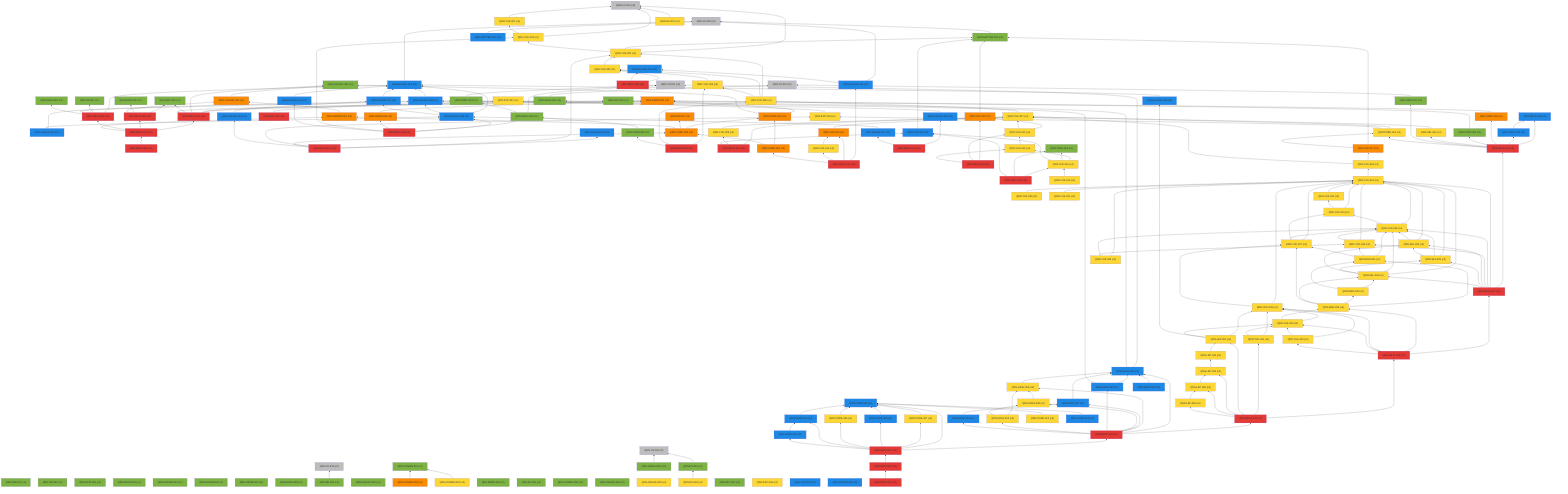
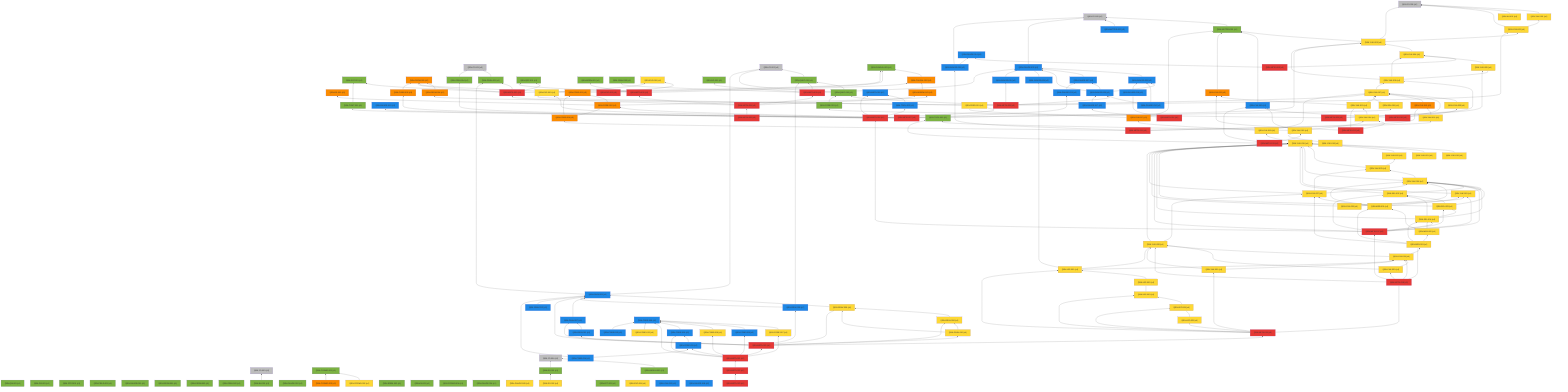
%% 自動生成 (dag/report.pl) — QRN 主張依存グラフ
graph BT
  QRN_C0_001["QRN-C0-001 (c0)"]:::c0
  QRN_C0_002["QRN-C0-002 (c0)"]:::c0
  QRN_C0_003["QRN-C0-003 (c0)"]:::c0
  QRN_C0_004["QRN-C0-004 (c0)"]:::c0
  QRN_C0_005["QRN-C0-005 (c0)"]:::c0
  QRN_C0_006["QRN-C0-006 (c0)"]:::c0
  QRN_QM_001["QRN-QM-001 (c1)"]:::c1
  QRN_GR_001["QRN-GR-001 (c1)"]:::c1
  QRN_STAT_001["QRN-STAT-001 (c1)"]:::c1
  QRN_FIELD_001["QRN-FIELD-001 (c1)"]:::c1
  QRN_GAUGE_001["QRN-GAUGE-001 (c1)"]:::c1
  QRN_ENT_001["QRN-ENT-001 (c1)"]:::c1
  QRN_GEOM_001["QRN-GEOM-001 (c1)"]:::c1
  QRN_GEOM_002["QRN-GEOM-002 (c1)"]:::c1
  QRN_GEOM_003["QRN-GEOM-003 (c3)"]:::c3
  QRN_GRAV_001["QRN-GRAV-001 (c1)"]:::c1
  QRN_GRAV_002["QRN-GRAV-002 (c1)"]:::c1
  QRN_BH_001["QRN-BH-001 (c1)"]:::c1
  QRN_CAUSAL_001["QRN-CAUSAL-001 (c1)"]:::c1
  QRN_CAUSAL_002["QRN-CAUSAL-002 (c3)"]:::c3
  QRN_ER_001["QRN-ER-001 (c3)"]:::c3
  QRN_QEC_001["QRN-QEC-001 (c1)"]:::c1
  QRN_GAUGE_002["QRN-GAUGE-002 (c1)"]:::c1
  QRN_COSMO_001["QRN-COSMO-001 (c1)"]:::c1
  QRN_COSMO_002["QRN-COSMO-002 (c4)"]:::c4
  QRN_COSMO_003["QRN-COSMO-003 (c3)"]:::c3
  QRN_BORN_001["QRN-BORN-001 (c1)"]:::c1
  QRN_BORN_002["QRN-BORN-002 (c1)"]:::c1
  QRN_GRAV_003["QRN-GRAV-003 (c1)"]:::c1
  QRN_KK_001["QRN-KK-001 (c1)"]:::c1
  QRN_MATTER_001["QRN-MATTER-001 (c1)"]:::c1
  QRN_MATTER_002["QRN-MATTER-002 (c2)"]:::c2
  QRN_COSMO_004["QRN-COSMO-004 (c1)"]:::c1
  QRN_EXP_001["QRN-EXP-001 (c4)"]:::c4
  QRN_GAUGE_003["QRN-GAUGE-003 (c2)"]:::c2
  QRN_GAUGE_004["QRN-GAUGE-004 (c1)"]:::c1
  QRN_GAUGE_005["QRN-GAUGE-005 (c4)"]:::c4
  QRN_YUK_001["QRN-YUK-001 (c4)"]:::c4
  QRN_RG_001["QRN-RG-001 (c1)"]:::c1
  QRN_UNRUH_001["QRN-UNRUH-001 (c1)"]:::c1
  QRN_QNEC_001["QRN-QNEC-001 (c1)"]:::c1
  QRN_NU_001["QRN-NU-001 (c4)"]:::c4
  QRN_GAUGE_006["QRN-GAUGE-006 (c2)"]:::c2
  QRN_DS_001["QRN-DS-001 (c1)"]:::c1
  QRN_DS_002["QRN-DS-002 (c4)"]:::c4
  QRN_ARROW_001["QRN-ARROW-001 (c3)"]:::c3
  QRN_GAUGE_007["QRN-GAUGE-007 (c2)"]:::c2
  QRN_EFT_001["QRN-EFT-001 (c1)"]:::c1
  QRN_GAUGE_008["QRN-GAUGE-008 (c2)"]:::c2
  QRN_GAUGE_009["QRN-GAUGE-009 (c2)"]:::c2
  QRN_GAUGE_010["QRN-GAUGE-010 (c2)"]:::c2
  QRN_QNEC_002["QRN-QNEC-002 (c1)"]:::c1
  QRN_GEOM_004["QRN-GEOM-004 (c3)"]:::c3
  QRN_YUK_002["QRN-YUK-002 (c4)"]:::c4
  QRN_EXP_002["QRN-EXP-002 (c5)"]:::c5
  QRN_CORE_001["QRN-CORE-001 (c3)"]:::c3
  QRN_GAUGE_011["QRN-GAUGE-011 (c2)"]:::c2
  QRN_GAUGE_012["QRN-GAUGE-012 (c2)"]:::c2
  QRN_YUK_003["QRN-YUK-003 (c4)"]:::c4
  QRN_EXP_003["QRN-EXP-003 (c4)"]:::c4
  QRN_CORE_002["QRN-CORE-002 (c3)"]:::c3
  QRN_GAUGE_013["QRN-GAUGE-013 (c2)"]:::c2
  QRN_YUK_004["QRN-YUK-004 (c4)"]:::c4
  QRN_GAUGE_014["QRN-GAUGE-014 (c2)"]:::c2
  QRN_META_001["QRN-META-001 (c5)"]:::c5
  QRN_META_002["QRN-META-002 (c5)"]:::c5
  QRN_META_003["QRN-META-003 (c5)"]:::c5
  QRN_META_004["QRN-META-004 (c5)"]:::c5
  QRN_META_005["QRN-META-005 (c5)"]:::c5
  QRN_META_006["QRN-META-006 (c5)"]:::c5
  QRN_META_007["QRN-META-007 (c5)"]:::c5
  QRN_META_008["QRN-META-008 (c5)"]:::c5
  QRN_YUK_005["QRN-YUK-005 (c4)"]:::c4
  QRN_YUK_006["QRN-YUK-006 (c4)"]:::c4
  QRN_CORE_003["QRN-CORE-003 (c1)"]:::c1
  QRN_META_009["QRN-META-009 (c5)"]:::c5
  QRN_YUK_007["QRN-YUK-007 (c4)"]:::c4
  QRN_YUK_008["QRN-YUK-008 (c4)"]:::c4
  QRN_YUK_009["QRN-YUK-009 (c2)"]:::c2
  QRN_META_010["QRN-META-010 (c5)"]:::c5
  QRN_GAUGE_015["QRN-GAUGE-015 (c2)"]:::c2
  QRN_YUK_010["QRN-YUK-010 (c3)"]:::c3
  QRN_YUK_011["QRN-YUK-011 (c4)"]:::c4
  QRN_CORE_004["QRN-CORE-004 (c3)"]:::c3
  QRN_META_011["QRN-META-011 (c5)"]:::c5
  QRN_YUK_012["QRN-YUK-012 (c3)"]:::c3
  QRN_YUK_013["QRN-YUK-013 (c4)"]:::c4
  QRN_YUK_014["QRN-YUK-014 (c4)"]:::c4
  QRN_META_012["QRN-META-012 (c5)"]:::c5
  QRN_TOOL_001["QRN-TOOL-001 (c1)"]:::c1
  QRN_YUK_015["QRN-YUK-015 (c4)"]:::c4
  QRN_META_013["QRN-META-013 (c5)"]:::c5
  QRN_GAUGE_016["QRN-GAUGE-016 (c2)"]:::c2
  QRN_GAUGE_017["QRN-GAUGE-017 (c2)"]:::c2
  QRN_META_014["QRN-META-014 (c5)"]:::c5
  QRN_META_015["QRN-META-015 (c2)"]:::c2
  QRN_TOOL_002["QRN-TOOL-002 (c2)"]:::c2
  QRN_CORE_005["QRN-CORE-005 (c3)"]:::c3
  QRN_CONT_001["QRN-CONT-001 (c1)"]:::c1
  QRN_SEL_001["QRN-SEL-001 (c4)"]:::c4
  QRN_GRAV_004["QRN-GRAV-004 (c1)"]:::c1
  QRN_PRED_001["QRN-PRED-001 (c4)"]:::c4
  QRN_META_016["QRN-META-016 (c5)"]:::c5
  QRN_YUK_016["QRN-YUK-016 (c4)"]:::c4
  QRN_YUK_017["QRN-YUK-017 (c3)"]:::c3
  QRN_YUK_018["QRN-YUK-018 (c4)"]:::c4
  QRN_YUK_019["QRN-YUK-019 (c4)"]:::c4
  QRN_YUK_020["QRN-YUK-020 (c4)"]:::c4
  QRN_YUK_021["QRN-YUK-021 (c4)"]:::c4
  QRN_YUK_022["QRN-YUK-022 (c4)"]:::c4
  QRN_YUK_023["QRN-YUK-023 (c4)"]:::c4
  QRN_YUK_024["QRN-YUK-024 (c4)"]:::c4
  QRN_YUK_025["QRN-YUK-025 (c4)"]:::c4
  QRN_SEL_002["QRN-SEL-002 (c4)"]:::c4
  QRN_SEL_003["QRN-SEL-003 (c4)"]:::c4
  QRN_SEL_004["QRN-SEL-004 (c4)"]:::c4
  QRN_META_017["QRN-META-017 (c5)"]:::c5
  QRN_YUK_026["QRN-YUK-026 (c4)"]:::c4
  QRN_YUK_027["QRN-YUK-027 (c4)"]:::c4
  QRN_MSR_001["QRN-MSR-001 (c4)"]:::c4
  QRN_MSR_002["QRN-MSR-002 (c4)"]:::c4
  QRN_MSR_003["QRN-MSR-003 (c4)"]:::c4
  QRN_YUK_028["QRN-YUK-028 (c4)"]:::c4
  QRN_YUK_029["QRN-YUK-029 (c4)"]:::c4
  QRN_YUK_030["QRN-YUK-030 (c4)"]:::c4
  QRN_META_018["QRN-META-018 (c5)"]:::c5
  QRN_YUK_031["QRN-YUK-031 (c4)"]:::c4
  QRN_LEP_001["QRN-LEP-001 (c4)"]:::c4
  QRN_LEP_002["QRN-LEP-002 (c4)"]:::c4
  QRN_LEP_003["QRN-LEP-003 (c4)"]:::c4
  QRN_LEP_004["QRN-LEP-004 (c4)"]:::c4
  QRN_LEP_005["QRN-LEP-005 (c4)"]:::c4
  QRN_META_019["QRN-META-019 (c5)"]:::c5
  QRN_GRAV_005["QRN-GRAV-005 (c2)"]:::c2
  QRN_GRAV_006["QRN-GRAV-006 (c4)"]:::c4
  QRN_GRAV_007["QRN-GRAV-007 (c2)"]:::c2
  QRN_GRAV_008["QRN-GRAV-008 (c4)"]:::c4
  QRN_GRAV_009["QRN-GRAV-009 (c2)"]:::c2
  QRN_GRAV_010["QRN-GRAV-010 (c4)"]:::c4
  QRN_GRAV_011["QRN-GRAV-011 (c2)"]:::c2
  QRN_META_020["QRN-META-020 (c5)"]:::c5
  QRN_CORE_006["QRN-CORE-006 (c2)"]:::c2
  QRN_CORE_007["QRN-CORE-007 (c4)"]:::c4
  QRN_CORE_008["QRN-CORE-008 (c2)"]:::c2
  QRN_CORE_009["QRN-CORE-009 (c4)"]:::c4
  QRN_CORE_010["QRN-CORE-010 (c2)"]:::c2
  QRN_CORE_011["QRN-CORE-011 (c2)"]:::c2
  QRN_META_021["QRN-META-021 (c5)"]:::c5
  QRN_CORE_012["QRN-CORE-012 (c4)"]:::c4
  QRN_EXP_004["QRN-EXP-004 (c4)"]:::c4
  QRN_CORE_013["QRN-CORE-013 (c2)"]:::c2
  QRN_GRAV_012["QRN-GRAV-012 (c2)"]:::c2
  QRN_YUK_032["QRN-YUK-032 (c2)"]:::c2
  QRN_GAUGE_018["QRN-GAUGE-018 (c2)"]:::c2
  QRN_META_022["QRN-META-022 (c5)"]:::c5
  QRN_META_023["QRN-META-023 (c5)"]:::c5
+   QRN_CORE_014["QRN-CORE-014 (c2)"]:::c2
  QRN_GRAV_001 --> QRN_C0_001
  QRN_BH_001 --> QRN_C0_003
  QRN_CAUSAL_002 --> QRN_CAUSAL_001
  QRN_COSMO_002 --> QRN_COSMO_001
  QRN_COSMO_003 --> QRN_COSMO_001
  QRN_MATTER_001 --> QRN_C0_005
  QRN_MATTER_002 --> QRN_C0_005
  QRN_GAUGE_003 --> QRN_C0_005
  QRN_YUK_001 --> QRN_C0_006
  QRN_UNRUH_001 --> QRN_C0_004
  QRN_QNEC_001 --> QRN_C0_002
  QRN_NU_001 --> QRN_C0_006
  QRN_GAUGE_006 --> QRN_GAUGE_003
  QRN_DS_001 --> QRN_C0_004
  QRN_DS_002 --> QRN_DS_001
  QRN_ARROW_001 --> QRN_CAUSAL_002
  QRN_GAUGE_007 --> QRN_GAUGE_003
  QRN_GAUGE_008 --> QRN_GAUGE_003
  QRN_GAUGE_008 --> QRN_GAUGE_006
  QRN_GAUGE_008 --> QRN_GAUGE_007
  QRN_GAUGE_009 --> QRN_GAUGE_003
  QRN_GAUGE_010 --> QRN_GAUGE_006
  QRN_GAUGE_010 --> QRN_GAUGE_008
  QRN_QNEC_002 --> QRN_C0_002
  QRN_QNEC_002 --> QRN_QNEC_001
  QRN_GEOM_004 --> QRN_GEOM_003
  QRN_YUK_002 --> QRN_C0_006
  QRN_YUK_002 --> QRN_YUK_001
  QRN_EXP_002 --> QRN_EXP_001
  QRN_CORE_001 --> QRN_GEOM_003
  QRN_CORE_001 --> QRN_CAUSAL_001
  QRN_GAUGE_011 --> QRN_GAUGE_003
  QRN_YUK_003 --> QRN_C0_006
  QRN_YUK_003 --> QRN_MATTER_001
  QRN_YUK_003 --> QRN_YUK_002
  QRN_EXP_003 --> QRN_EXP_001
  QRN_CORE_002 --> QRN_CORE_001
  QRN_CORE_002 --> QRN_ER_001
  QRN_CORE_002 --> QRN_ARROW_001
  QRN_GAUGE_013 --> QRN_GAUGE_007
  QRN_YUK_004 --> QRN_YUK_003
  QRN_META_001 --> QRN_GEOM_003
  QRN_META_001 --> QRN_GRAV_001
  QRN_META_001 --> QRN_CAUSAL_001
  QRN_META_001 --> QRN_QEC_001
  QRN_META_001 --> QRN_ENT_001
  QRN_META_002 --> QRN_QEC_001
  QRN_META_002 --> QRN_BORN_001
  QRN_META_002 --> QRN_CAUSAL_002
  QRN_META_003 --> QRN_GAUGE_003
  QRN_META_003 --> QRN_RG_001
  QRN_META_003 --> QRN_QNEC_001
  QRN_META_003 --> QRN_GRAV_003
  QRN_META_004 --> QRN_META_001
  QRN_META_004 --> QRN_META_002
  QRN_META_004 --> QRN_META_003
  QRN_META_004 --> QRN_ARROW_001
  QRN_META_005 --> QRN_META_004
  QRN_META_006 --> QRN_GAUGE_008
  QRN_META_006 --> QRN_QNEC_002
  QRN_META_006 --> QRN_GEOM_004
  QRN_META_006 --> QRN_YUK_002
  QRN_META_006 --> QRN_GAUGE_011
  QRN_META_007 --> QRN_GAUGE_012
  QRN_META_007 --> QRN_YUK_003
  QRN_META_007 --> QRN_EXP_003
  QRN_META_007 --> QRN_CORE_002
  QRN_META_007 --> QRN_GAUGE_013
  QRN_META_008 --> QRN_YUK_004
  QRN_META_008 --> QRN_GAUGE_014
  QRN_YUK_005 --> QRN_YUK_004
  QRN_YUK_006 --> QRN_YUK_003
  QRN_YUK_006 --> QRN_YUK_004
  QRN_YUK_006 --> QRN_YUK_005
  QRN_CORE_003 --> QRN_QNEC_002
  QRN_META_009 --> QRN_YUK_005
  QRN_META_009 --> QRN_YUK_006
  QRN_META_009 --> QRN_CORE_003
  QRN_YUK_007 --> QRN_YUK_006
  QRN_YUK_008 --> QRN_YUK_007
  QRN_YUK_009 --> QRN_MATTER_001
  QRN_META_010 --> QRN_YUK_007
  QRN_META_010 --> QRN_YUK_008
  QRN_META_010 --> QRN_YUK_009
  QRN_GAUGE_015 --> QRN_C0_005
  QRN_GAUGE_015 --> QRN_GAUGE_014
  QRN_YUK_010 --> QRN_YUK_007
  QRN_YUK_011 --> QRN_YUK_010
  QRN_CORE_004 --> QRN_CORE_001
  QRN_CORE_004 --> QRN_CORE_002
  QRN_META_011 --> QRN_GAUGE_015
  QRN_META_011 --> QRN_YUK_010
  QRN_META_011 --> QRN_YUK_011
  QRN_META_011 --> QRN_CORE_004
  QRN_YUK_012 --> QRN_MATTER_001
  QRN_YUK_013 --> QRN_YUK_012
  QRN_YUK_013 --> QRN_YUK_007
  QRN_YUK_014 --> QRN_YUK_013
  QRN_META_012 --> QRN_YUK_012
  QRN_META_012 --> QRN_YUK_013
  QRN_META_012 --> QRN_YUK_014
  QRN_YUK_015 --> QRN_YUK_014
  QRN_YUK_015 --> QRN_TOOL_001
  QRN_YUK_015 --> QRN_YUK_009
  QRN_META_013 --> QRN_YUK_015
  QRN_META_013 --> QRN_TOOL_001
  QRN_META_013 --> QRN_YUK_009
  QRN_GAUGE_016 --> QRN_GAUGE_006
  QRN_GAUGE_017 --> QRN_GAUGE_008
  QRN_META_014 --> QRN_GAUGE_016
  QRN_META_014 --> QRN_GAUGE_017
  QRN_TOOL_002 --> QRN_META_015
  QRN_CORE_005 --> QRN_GEOM_003
  QRN_CONT_001 --> QRN_ENT_001
  QRN_SEL_001 --> QRN_YUK_007
  QRN_GRAV_004 --> QRN_C0_001
  QRN_PRED_001 --> QRN_YUK_007
  QRN_PRED_001 --> QRN_EXP_003
  QRN_META_016 --> QRN_META_015
  QRN_META_016 --> QRN_TOOL_002
  QRN_META_016 --> QRN_CORE_005
  QRN_META_016 --> QRN_CONT_001
  QRN_META_016 --> QRN_SEL_001
  QRN_META_016 --> QRN_GRAV_004
  QRN_META_016 --> QRN_PRED_001
  QRN_YUK_016 --> QRN_YUK_015
  QRN_YUK_017 --> QRN_MATTER_001
  QRN_YUK_017 --> QRN_PRED_001
  QRN_YUK_018 --> QRN_YUK_017
  QRN_YUK_018 --> QRN_YUK_007
  QRN_YUK_019 --> QRN_YUK_018
  QRN_YUK_020 --> QRN_YUK_019
  QRN_YUK_021 --> QRN_YUK_019
  QRN_YUK_022 --> QRN_YUK_019
  QRN_YUK_023 --> QRN_YUK_019
  QRN_YUK_023 --> QRN_YUK_022
  QRN_YUK_024 --> QRN_YUK_019
  QRN_YUK_024 --> QRN_YUK_023
  QRN_YUK_025 --> QRN_YUK_019
  QRN_YUK_025 --> QRN_YUK_024
  QRN_SEL_002 --> QRN_YUK_019
  QRN_SEL_002 --> QRN_YUK_024
  QRN_SEL_003 --> QRN_YUK_019
  QRN_SEL_003 --> QRN_YUK_024
  QRN_SEL_003 --> QRN_SEL_002
  QRN_SEL_004 --> QRN_YUK_019
  QRN_SEL_004 --> QRN_YUK_024
  QRN_SEL_004 --> QRN_SEL_002
  QRN_SEL_004 --> QRN_SEL_003
  QRN_META_017 --> QRN_META_016
  QRN_META_017 --> QRN_YUK_019
  QRN_META_017 --> QRN_YUK_024
  QRN_META_017 --> QRN_YUK_025
  QRN_META_017 --> QRN_SEL_002
  QRN_META_017 --> QRN_SEL_003
  QRN_META_017 --> QRN_SEL_004
  QRN_YUK_026 --> QRN_YUK_019
  QRN_YUK_026 --> QRN_YUK_024
  QRN_YUK_026 --> QRN_YUK_025
  QRN_YUK_027 --> QRN_YUK_019
  QRN_YUK_027 --> QRN_YUK_023
  QRN_YUK_027 --> QRN_YUK_024
  QRN_MSR_001 --> QRN_YUK_024
  QRN_MSR_001 --> QRN_YUK_025
  QRN_MSR_001 --> QRN_YUK_027
  QRN_MSR_002 --> QRN_SEL_004
  QRN_MSR_002 --> QRN_MSR_001
  QRN_MSR_003 --> QRN_MSR_001
  QRN_MSR_003 --> QRN_MSR_002
  QRN_MSR_003 --> QRN_SEL_004
  QRN_MSR_003 --> QRN_YUK_027
  QRN_YUK_028 --> QRN_YUK_019
  QRN_YUK_028 --> QRN_YUK_027
  QRN_YUK_029 --> QRN_YUK_028
  QRN_YUK_029 --> QRN_MSR_003
  QRN_YUK_030 --> QRN_YUK_028
  QRN_YUK_030 --> QRN_YUK_029
  QRN_META_018 --> QRN_META_017
  QRN_META_018 --> QRN_MSR_003
  QRN_META_018 --> QRN_YUK_028
  QRN_META_018 --> QRN_YUK_029
  QRN_META_018 --> QRN_YUK_030
  QRN_YUK_031 --> QRN_YUK_028
  QRN_YUK_031 --> QRN_YUK_029
  QRN_LEP_001 --> QRN_YUK_028
  QRN_LEP_001 --> QRN_YUK_029
  QRN_LEP_001 --> QRN_GAUGE_009
  QRN_LEP_002 --> QRN_LEP_001
  QRN_LEP_003 --> QRN_LEP_002
  QRN_LEP_004 --> QRN_LEP_003
  QRN_LEP_005 --> QRN_LEP_004
  QRN_META_019 --> QRN_META_018
  QRN_META_019 --> QRN_YUK_031
  QRN_META_019 --> QRN_LEP_001
  QRN_META_019 --> QRN_LEP_003
  QRN_META_019 --> QRN_LEP_004
  QRN_META_019 --> QRN_LEP_005
  QRN_GRAV_005 --> QRN_C0_002
  QRN_GRAV_005 --> QRN_GRAV_001
  QRN_GRAV_006 --> QRN_GRAV_005
  QRN_GRAV_007 --> QRN_GRAV_005
  QRN_GRAV_008 --> QRN_GRAV_006
  QRN_GRAV_009 --> QRN_GRAV_005
  QRN_GRAV_009 --> QRN_QNEC_001
  QRN_GRAV_010 --> QRN_GRAV_006
  QRN_GRAV_010 --> QRN_GRAV_008
  QRN_GRAV_011 --> QRN_GRAV_007
  QRN_META_020 --> QRN_META_019
  QRN_META_020 --> QRN_GRAV_005
  QRN_META_020 --> QRN_GRAV_006
  QRN_META_020 --> QRN_GRAV_007
  QRN_META_020 --> QRN_GRAV_008
  QRN_META_020 --> QRN_GRAV_009
  QRN_META_020 --> QRN_GRAV_010
  QRN_META_020 --> QRN_GRAV_011
  QRN_CORE_007 --> QRN_CORE_006
  QRN_CORE_008 --> QRN_CORE_006
  QRN_CORE_009 --> QRN_CORE_006
  QRN_CORE_010 --> QRN_CORE_006
  QRN_CORE_011 --> QRN_CORE_010
  QRN_META_021 --> QRN_META_020
  QRN_META_021 --> QRN_CORE_006
  QRN_META_021 --> QRN_CORE_007
  QRN_META_021 --> QRN_CORE_008
  QRN_META_021 --> QRN_CORE_009
  QRN_META_021 --> QRN_CORE_010
  QRN_META_021 --> QRN_CORE_011
  QRN_CORE_012 --> QRN_CORE_006
  QRN_CORE_013 --> QRN_CORE_006
  QRN_GRAV_012 --> QRN_GRAV_005
  QRN_META_022 --> QRN_META_021
  QRN_META_023 --> QRN_META_022
+   QRN_CORE_014 --> QRN_CORE_011
+   QRN_CORE_014 --> QRN_GRAV_005
  classDef c0 fill:#bdbdbd
  classDef c1 fill:#7cb342
  classDef c2 fill:#1e88e5
  classDef c3 fill:#fb8c00
  classDef c4 fill:#fdd835
  classDef c5 fill:#e53935
